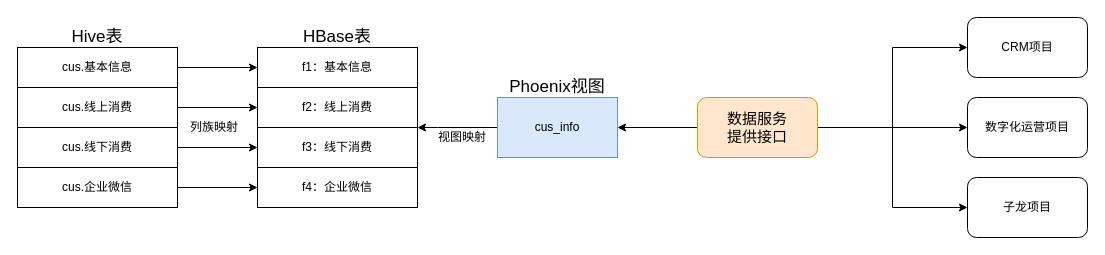
This is pet_data_warehouse/客户标签.drawio from fangzheng0518/draw, a draw.io file, before an edit. Source tidied: cells renumbered, new cells numbered last; positions are measured from the earlier drawing's top-left corner, leaving out a move shared by most shapes. Both pictures are drawn from the tidied source at 100%, with x=0, y=0 at pixel (17, 17).
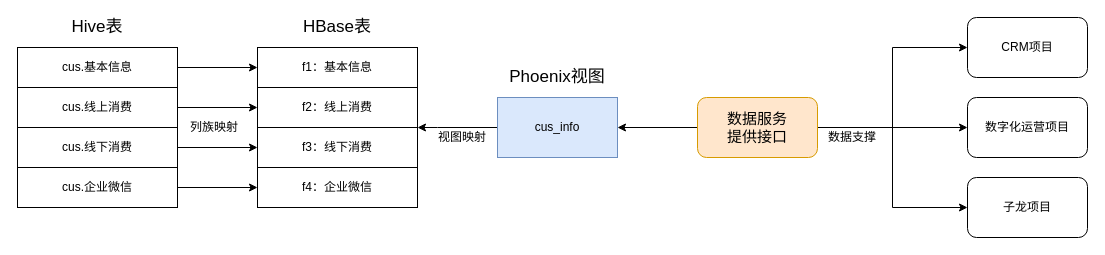
The same page after the edit.

Commit message (it also covers changes not shown here):
更新客户标签.drawio

The edit, as a diff of the source:
```diff
@@
     <mxCell id="14" value="&lt;font style=&quot;font-size: 17px&quot;&gt;Hive表&lt;/font&gt;" style="text;html=1;strokeColor=none;fillColor=none;align=center;verticalAlign=middle;whiteSpace=wrap;rounded=0;" parent="1" vertex="1">
-      <mxGeometry x="40" y="10" width="80" height="20" as="geometry" />
+      <mxGeometry x="40" width="80" height="20" as="geometry" />
     </mxCell>
     <mxCell id="15" value="&lt;font style=&quot;font-size: 17px&quot;&gt;HBase表&lt;/font&gt;" style="text;html=1;strokeColor=none;fillColor=none;align=center;verticalAlign=middle;whiteSpace=wrap;rounded=0;" parent="1" vertex="1">
-      <mxGeometry x="280" y="10" width="80" height="20" as="geometry" />
+      <mxGeometry x="280" width="80" height="20" as="geometry" />
     </mxCell>
@@
     <mxCell id="18" value="&lt;font style=&quot;font-size: 17px&quot;&gt;Phoenix视图&lt;/font&gt;" style="text;html=1;strokeColor=none;fillColor=none;align=center;verticalAlign=middle;whiteSpace=wrap;rounded=0;" parent="1" vertex="1">
-      <mxGeometry x="485" y="60" width="110" height="20" as="geometry" />
+      <mxGeometry x="485" y="50" width="110" height="20" as="geometry" />
     </mxCell>
@@
+    <mxCell id="29" value="数据支撑" style="text;html=1;strokeColor=none;fillColor=none;align=center;verticalAlign=middle;whiteSpace=wrap;rounded=0;" parent="1" vertex="1">
+      <mxGeometry x="810" y="110" width="50" height="20" as="geometry" />
+    </mxCell>
```
